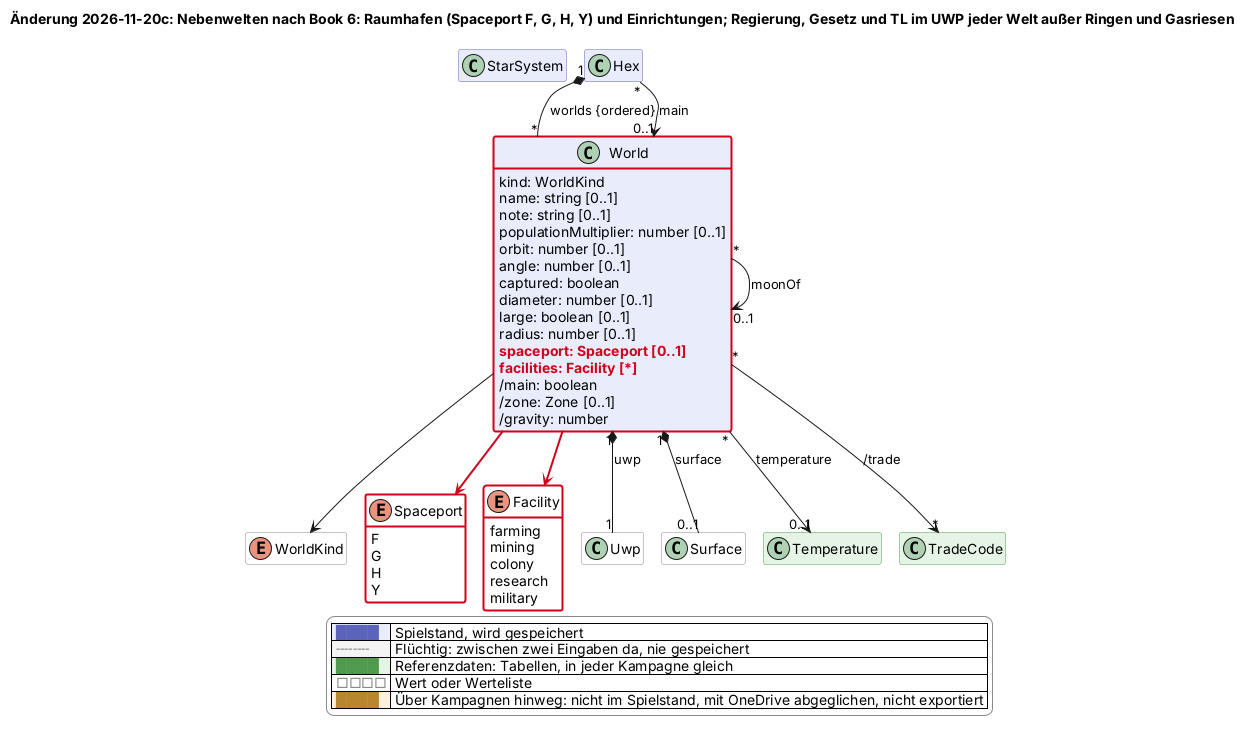
Earlier version of the PlantUML export docs/changes/2026-11-20c-nebenwelten.png (scuzzar/SRE). The source it was exported from:
```plantuml
@startuml
!$change = "2026-11-20c"
!if %not(%variable_exists("$change"))
!$change = "*"
!endif
!function $marked($c)
!return $change == "*" || $change == $c
!endfunction
!function $new($c, $t)
!if $marked($c)
!return "<color:#d0021b><b>" + $t + "</b></color>"
!endif
!return $t
!endfunction
!procedure $gone($c, $t)
!if $marked($c)
<color:#d0021b><s>$t</s></color>
!endif
!endprocedure
!function $newClass($c)
!if $marked($c)
!return "#line:d0021b;line.bold"
!endif
!return ""
!endfunction
!function $newArrow($c)
!if $marked($c)
!return "[#d0021b,bold]"
!endif
!return ""
!endfunction
!function $goneArrow($c)
!if $marked($c)
!return "[#d0021b,dashed]"
!endif
!return ""
!endfunction
!pragma layout smetana
title Änderung 2026-11-20c: Nebenwelten nach Book 6: Raumhafen (Spaceport F, G, H, Y) und Einrichtungen; Regierung, Gesetz und TL im UWP jeder Welt außer Ringen und Gasriesen
hide empty members
hide methods
skinparam classAttributeIconSize 0
skinparam shadowing false
skinparam packageStyle rectangle
skinparam class {
  BackgroundColor #e8ecfb
  BorderColor #5b64b8
  BackgroundColor<<transient>> #f4f4f4
  BorderColor<<transient>> #8a8a8a
  BackgroundColor<<reference>> #e6f4e6
  BorderColor<<reference>> #4f9a4f
  BackgroundColor<<value>> #ffffff
  BorderColor<<value>> #8a8a8a
  BackgroundColor<<browser>> #fdf1dc
  BorderColor<<browser>> #b8862e
}
skinparam legendBackgroundColor #ffffff
skinparam legendBorderColor #8a8a8a
<style>
classDiagram {
  class {
    .transient {
      LineStyle 5-3
    }
  }
}
</style>
hide <<transient>> stereotype
hide <<reference>> stereotype
hide <<value>> stereotype
hide <<browser>> stereotype



  class StarSystem $raum


  class Hex $sektor
  class World $sektor {
    kind: WorldKind
    name: string [0..1]
    note: string [0..1]
    populationMultiplier: number [0..1]
    orbit: number [0..1]
    angle: number [0..1]
    captured: boolean
    diameter: number [0..1]
    large: boolean [0..1]
    radius: number [0..1]
    $new("2026-11-20c", "spaceport: Spaceport [0..1]")
    $new("2026-11-20c", "facilities: Facility [*]")
    /main: boolean
    /zone: Zone [0..1]
    /gravity: number
  }
  enum WorldKind <<value>> $sektor
  enum Spaceport <<value>> $sektor $newClass("2026-11-20c") {
    F
    G
    H
    Y
  }
  enum Facility <<value>> $sektor $newClass("2026-11-20c") {
    farming
    mining
    colony
    research
    military
  }
  class Uwp <<value>> $sektor





  class Surface <<value>> $sektor
  class Temperature <<reference>> $sektor
  class TradeCode <<reference>> $sektor



Hex "1" *-- "*" World : worlds {ordered}
Hex "*" --> "0..1" World : main
World "*" --> "0..1" World : moonOf
World --> WorldKind
World -$newArrow("2026-11-20c")-> Spaceport
World -$newArrow("2026-11-20c")-> Facility




World "1" *-- "1" Uwp : uwp
World "*" --> "*" TradeCode : /trade
World "*" --> "0..1" Temperature : temperature
World "1" *-- "0..1" Surface : surface









legend right
  |<#e8ecfb> <color:#5b64b8>████</color> | Spielstand, wird gespeichert |
  |<#f4f4f4> <color:#8a8a8a>╌╌╌╌</color> | Flüchtig: zwischen zwei Eingaben da, nie gespeichert |
  |<#e6f4e6> <color:#4f9a4f>████</color> | Referenzdaten: Tabellen, in jeder Kampagne gleich |
  |<#ffffff> <color:#8a8a8a>□□□□</color> | Wert oder Werteliste |
  |<#fdf1dc> <color:#b8862e>████</color> | Über Kampagnen hinweg: nicht im Spielstand, mit OneDrive abgeglichen, nicht exportiert |
endlegend
class World #line:d0021b;line.bold
@enduml
```
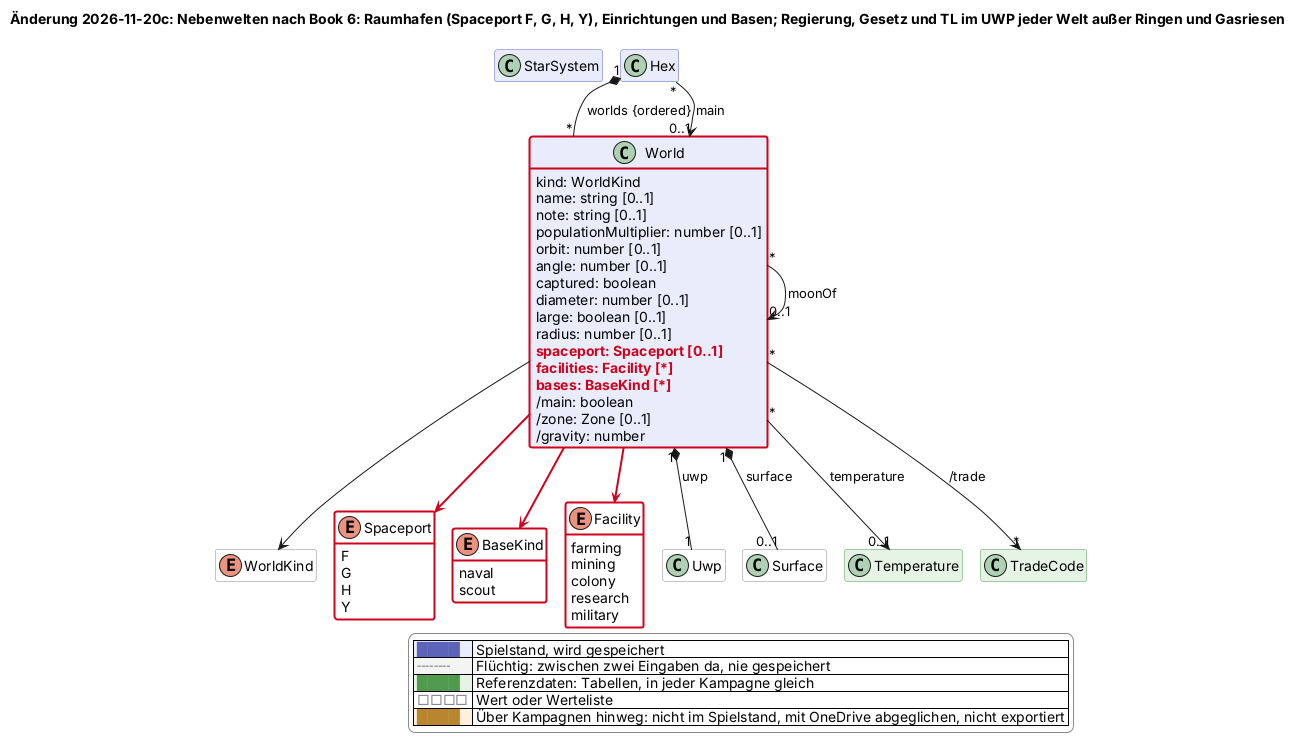
Above is the later version.

Commit message:
Domänenmodell: Nebenwelten mit Basen im System, Antworten eingearbeitet (2026-11-20c)

The edit, as a diff of the source:
```diff
@@ -36,7 +36,7 @@
 !return ""
 !endfunction
 !pragma layout smetana
-title Änderung 2026-11-20c: Nebenwelten nach Book 6: Raumhafen (Spaceport F, G, H, Y) und Einrichtungen; Regierung, Gesetz und TL im UWP jeder Welt außer Ringen und Gasriesen
+title Änderung 2026-11-20c: Nebenwelten nach Book 6: Raumhafen (Spaceport F, G, H, Y), Einrichtungen und Basen; Regierung, Gesetz und TL im UWP jeder Welt außer Ringen und Gasriesen
 hide empty members
 hide methods
 skinparam classAttributeIconSize 0
@@ -89,6 +89,7 @@
     radius: number [0..1]
     $new("2026-11-20c", "spaceport: Spaceport [0..1]")
     $new("2026-11-20c", "facilities: Facility [*]")
+    $new("2026-11-20c", "bases: BaseKind [*]")
     /main: boolean
     /zone: Zone [0..1]
     /gravity: number
@@ -99,6 +100,10 @@
     G
     H
     Y
+  }
+  enum BaseKind <<value>> $sektor $newClass("2026-11-20c") {
+    naval
+    scout
   }
   enum Facility <<value>> $sektor $newClass("2026-11-20c") {
     farming
@@ -125,6 +130,7 @@
 World --> WorldKind
 World -$newArrow("2026-11-20c")-> Spaceport
 World -$newArrow("2026-11-20c")-> Facility
+World -$newArrow("2026-11-20c")-> BaseKind
 
 
 
```
